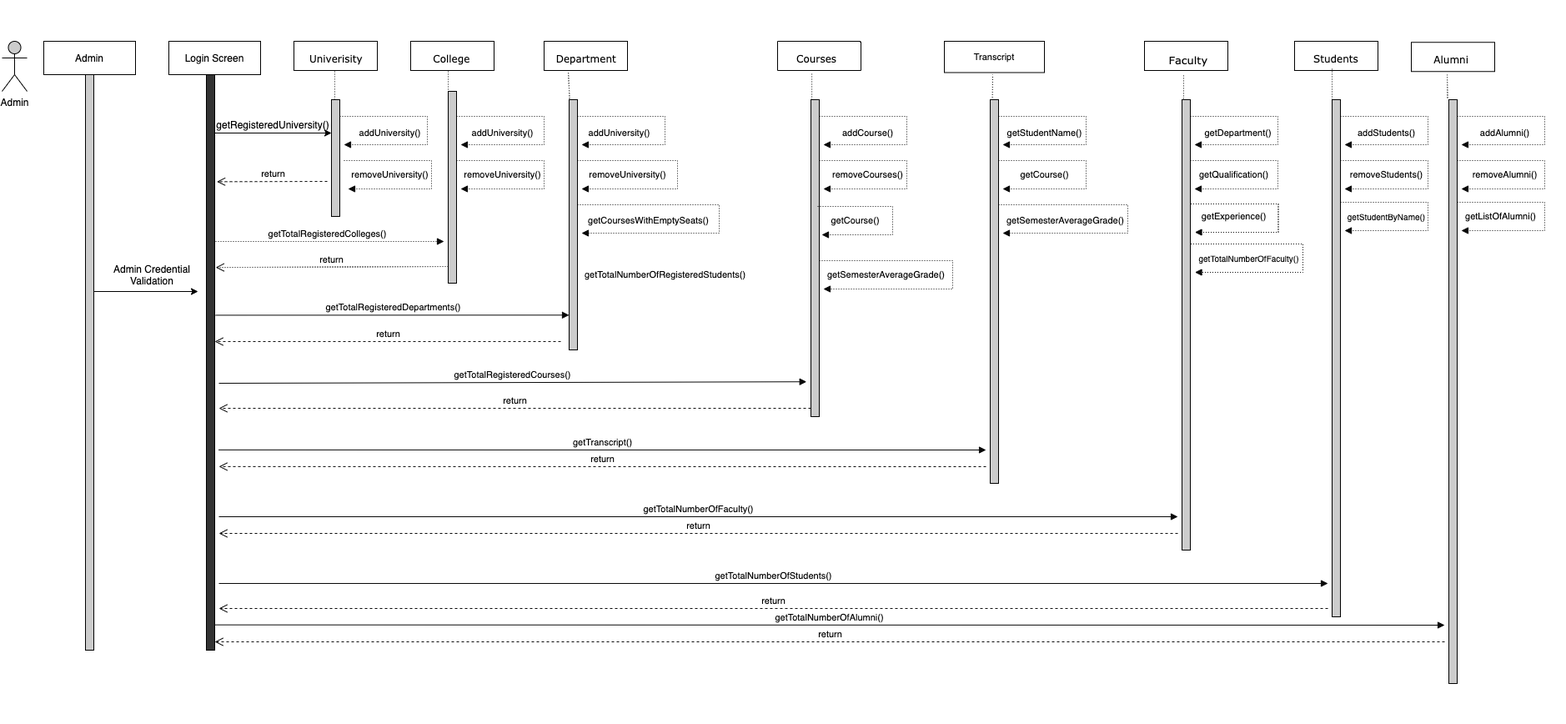
AEDGroupRepository/University keeps this draw.io diagram as SequenceDiagram3.png. Above is the earlier version. Source tidied: cells renumbered, new cells last; positions are measured from the earlier drawing's top-left corner, leaving out a move shared by most shapes.
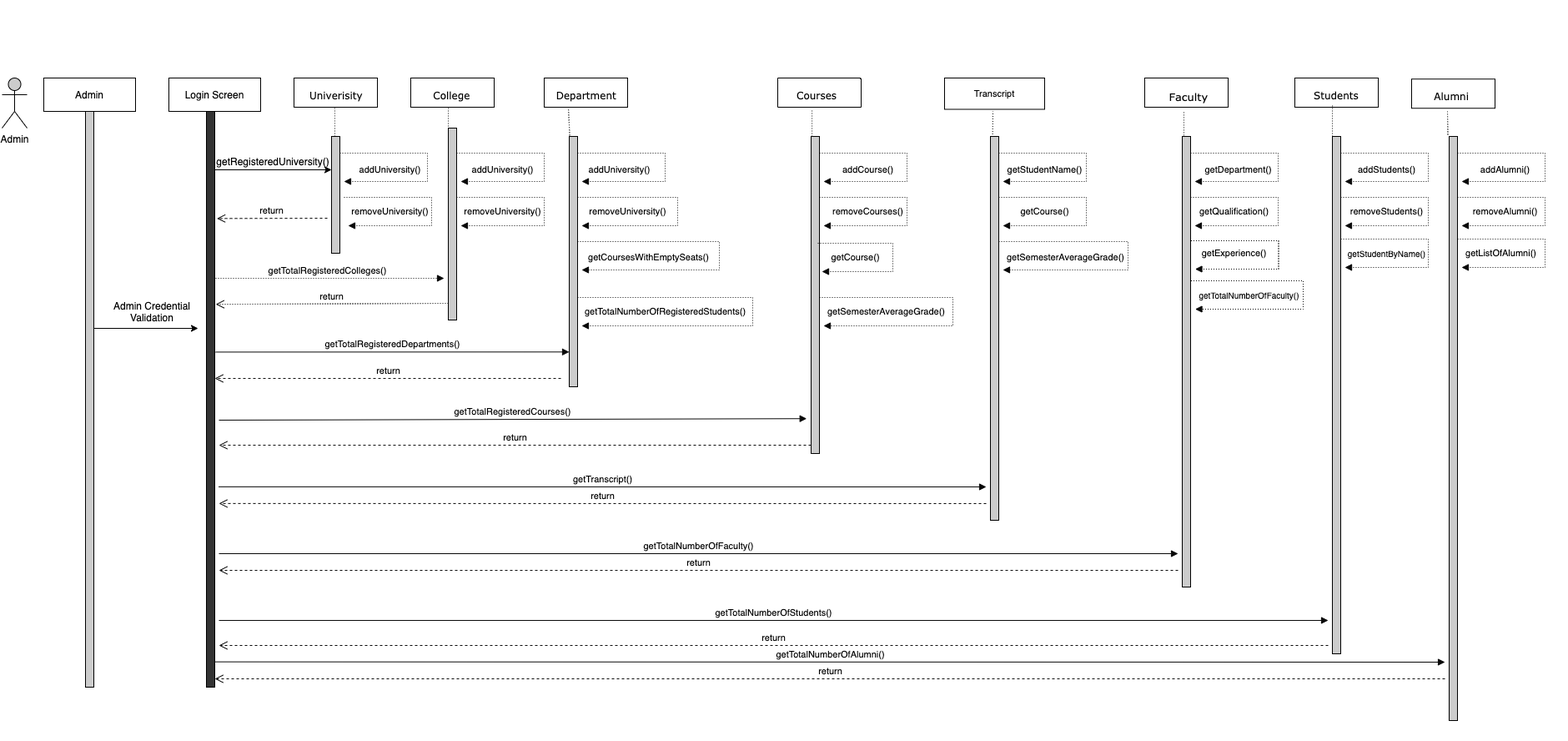
After the change.

Commit message:
Sequence Diagram

Change to the diagram source:
```diff
@@ -542,5 +542,16 @@
         <mxPoint x="1730" y="720" as="sourcePoint" />
       </mxGeometry>
     </mxCell>
+    <mxCell id="99" value="self call" style="edgeStyle=orthogonalEdgeStyle;html=1;align=left;spacingLeft=2;endArrow=block;rounded=0;dashed=1;dashPattern=1 2;strokeColor=#080808;exitX=1;exitY=0;exitDx=0;exitDy=0;" parent="1" edge="1">
+      <mxGeometry x="-0.08" y="1207" relative="1" as="geometry">
+        <mxPoint x="690" y="263" as="sourcePoint" />
+        <mxPoint x="695" y="297" as="targetPoint" />
+        <Array as="points">
+          <mxPoint x="900" y="263" />
+          <mxPoint x="900" y="297" />
+        </Array>
+        <mxPoint x="-337" y="-836" as="offset" />
+      </mxGeometry>
+    </mxCell>
   </root>
 </mxGraphModel>
```
